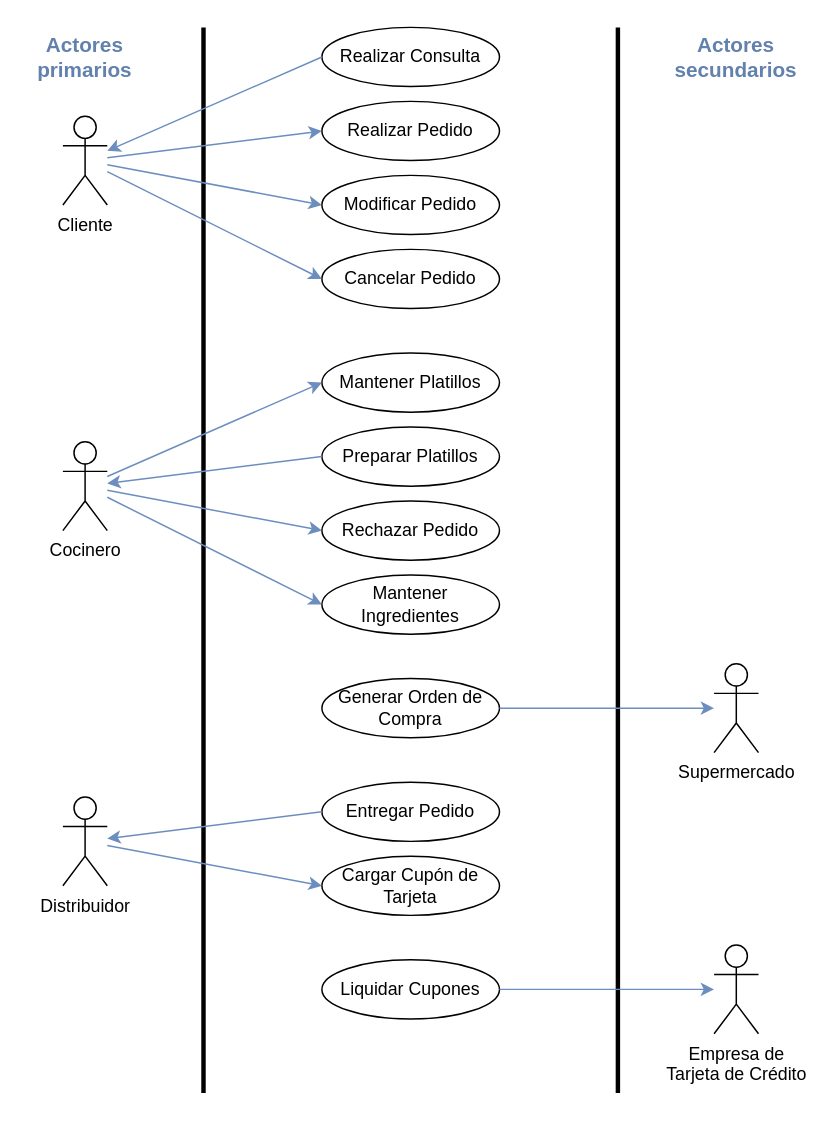
The draw.io diagram TP1/diagramas/casos de uso/diag.drawio in mauro7x/aninfo, before the edit. Source tidied: cells renumbered, new cells numbered last; positions are measured from the earlier drawing's top-left corner, leaving out a move shared by most shapes. Both pictures are drawn from the tidied source at 148%, with x=0, y=0 at pixel (25, 27).
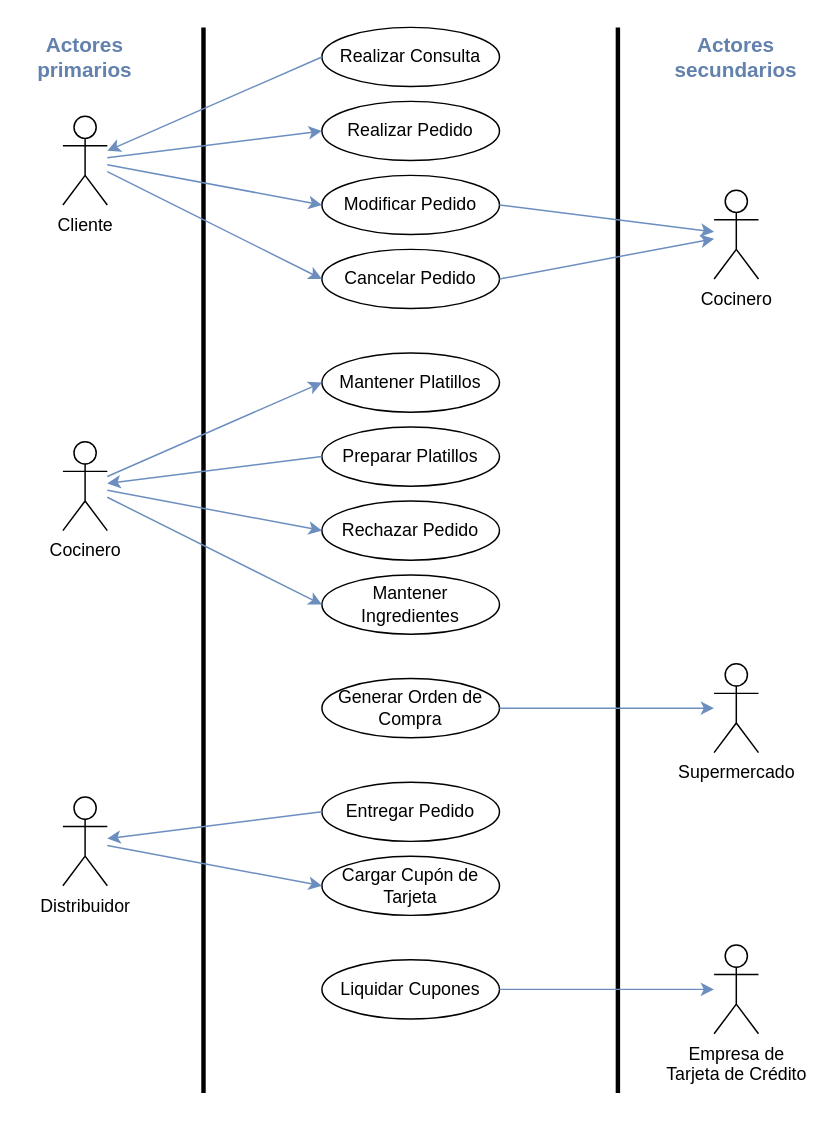
After the change.

Commit message (it also covers changes not shown here):
modifico diag de casos de uso

Unchanged cells that the change refers to:
```xml
<mxCell id="13" value="Modificar Pedido" style="ellipse;whiteSpace=wrap;html=1;strokeWidth=1;fontSize=12;" parent="1" vertex="1">
  <mxGeometry x="200" y="100" width="120" height="40" as="geometry" />
</mxCell>
<mxCell id="14" value="&lt;font style=&quot;font-size: 12px&quot;&gt;Cancelar Pedido&lt;/font&gt;" style="ellipse;whiteSpace=wrap;html=1;strokeWidth=1;fontSize=12;" parent="1" vertex="1">
  <mxGeometry x="200" y="150" width="120" height="40" as="geometry" />
</mxCell>
```

Diff of the diagram source:
```diff
@@
+    <mxCell id="35" value="Cocinero" style="shape=umlActor;verticalLabelPosition=bottom;verticalAlign=top;html=1;outlineConnect=0;" parent="1" vertex="1">
+      <mxGeometry x="465" y="110" width="30" height="60" as="geometry" />
+    </mxCell>
+    <mxCell id="36" style="endArrow=classic;html=1;strokeWidth=1;fontSize=14;fillColor=#dae8fc;strokeColor=#6c8ebf;exitX=1;exitY=0.5;exitDx=0;exitDy=0;" parent="1" edge="1" source="13" target="35">
+      <mxGeometry relative="1" as="geometry" />
+    </mxCell>
+    <mxCell id="37" style="endArrow=classic;html=1;strokeWidth=1;fontSize=14;fillColor=#dae8fc;strokeColor=#6c8ebf;exitX=1;exitY=0.5;exitDx=0;exitDy=0;" parent="1" edge="1" source="14" target="35">
+      <mxGeometry relative="1" as="geometry" />
+    </mxCell>
```
